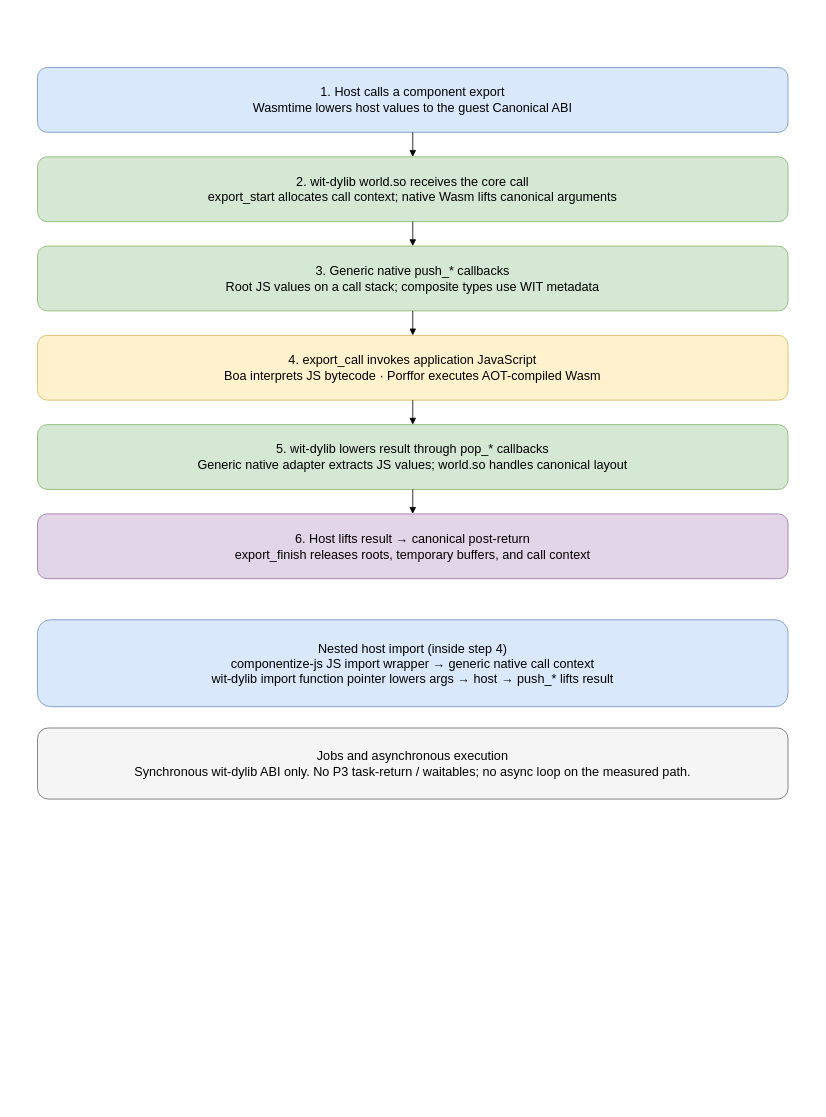
Above: docs/diagrams/c-call-path.drawio in vados-cosmonic/js-guest-bindgen-comparison (draw.io), before the change. Source tidied: cells renumbered, new cells numbered last; positions are measured from the earlier drawing's top-left corner, leaving out a move shared by most shapes. Both pictures are drawn from the tidied source at 79%, with x=0, y=0 at pixel (37, 67).
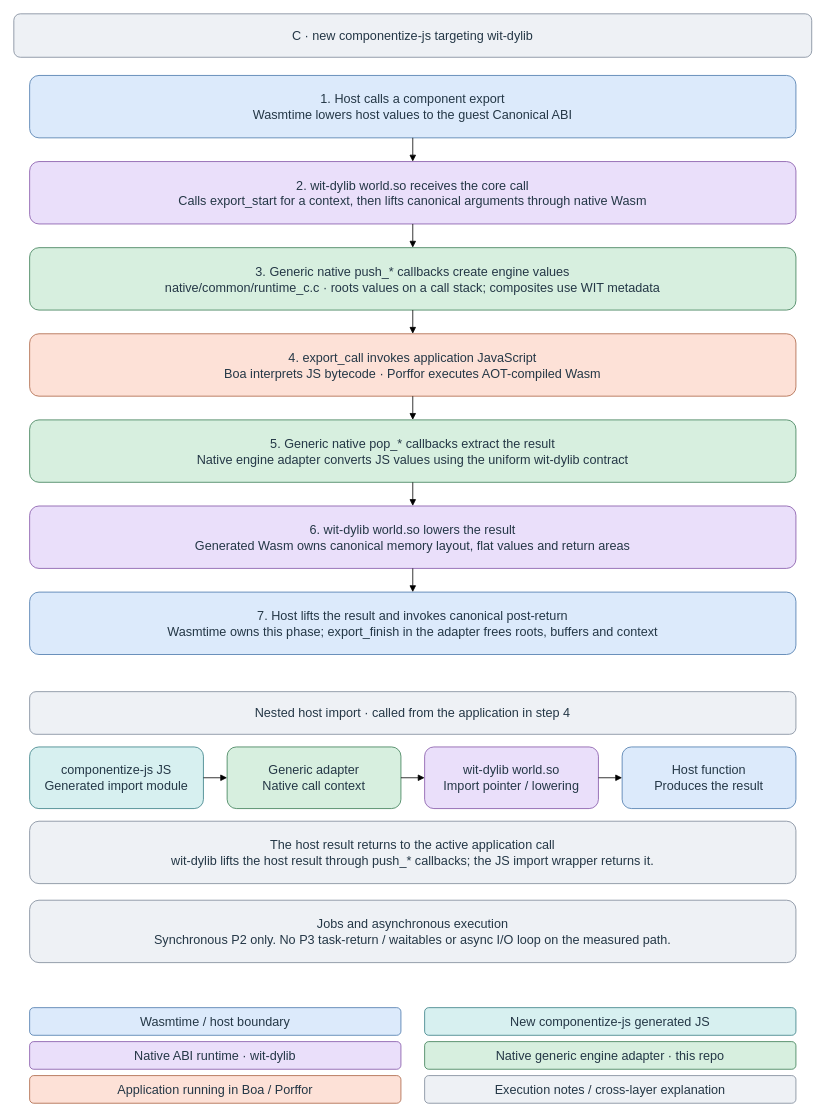
Above is the later version.

Change to the diagram source:
```diff
@@
+    <mxCell id="15" value="C · new componentize-js targeting wit-dylib" style="rounded=1;whiteSpace=wrap;html=1;fillColor=#eef1f5;strokeColor=#7b8797;fontColor=#243746;fontSize=16;" parent="1" vertex="1">
+      <mxGeometry x="-30" y="-68" width="1010" height="55" as="geometry" />
+    </mxCell>
-    <mxCell id="2" value="1. Host calls a component export&lt;br&gt;Wasmtime lowers host values to the guest Canonical ABI" style="rounded=1;whiteSpace=wrap;html=1;fillColor=#dae8fc;strokeColor=#6c8ebf;fontSize=16;" parent="1" vertex="1">
-      <mxGeometry width="950" height="82" as="geometry" />
+    <mxCell id="2" value="1. Host calls a component export&lt;br&gt;Wasmtime lowers host values to the guest Canonical ABI" style="rounded=1;whiteSpace=wrap;html=1;fillColor=#dceafb;strokeColor=#4776aa;fontColor=#243746;fontSize=16;" parent="1" vertex="1">
+      <mxGeometry x="-10" y="10" width="970" height="79" as="geometry" />
     </mxCell>
-    <mxCell id="3" value="2. wit-dylib world.so receives the core call&lt;br&gt;export_start allocates call context; native Wasm lifts canonical arguments" style="rounded=1;whiteSpace=wrap;html=1;fillColor=#d5e8d4;strokeColor=#82b366;fontSize=16;" parent="1" vertex="1">
-      <mxGeometry y="113" width="950" height="82" as="geometry" />
-    </mxCell>
-    <mxCell id="4" style="edgeStyle=orthogonalEdgeStyle;rounded=0;html=1;endArrow=block;" parent="1" edge="1" source="2" target="3">
-      <mxGeometry relative="1" as="geometry" />
-    </mxCell>
-    <mxCell id="5" value="3. Generic native push_* callbacks&lt;br&gt;Root JS values on a call stack; composite types use WIT metadata" style="rounded=1;whiteSpace=wrap;html=1;fillColor=#d5e8d4;strokeColor=#82b366;fontSize=16;" parent="1" vertex="1">
-      <mxGeometry y="226" width="950" height="82" as="geometry" />
-    </mxCell>
-    <mxCell id="6" style="edgeStyle=orthogonalEdgeStyle;rounded=0;html=1;endArrow=block;" parent="1" edge="1" source="3" target="5">
-      <mxGeometry relative="1" as="geometry" />
-    </mxCell>
+    <mxCell id="16" value="2. wit-dylib world.so receives the core call&lt;br&gt;Calls export_start for a context, then lifts canonical arguments through native Wasm" style="rounded=1;whiteSpace=wrap;html=1;fillColor=#eadffa;strokeColor=#8253a7;fontColor=#243746;fontSize=16;" parent="1" vertex="1">
+      <mxGeometry x="-10" y="119" width="970" height="79" as="geometry" />
+    </mxCell>
+    <mxCell id="17" style="edgeStyle=orthogonalEdgeStyle;rounded=0;html=1;endArrow=block;" parent="1" edge="1" source="2" target="16">
+      <mxGeometry relative="1" as="geometry" />
+    </mxCell>
+    <mxCell id="18" value="3. Generic native push_* callbacks create engine values&lt;br&gt;native/common/runtime_c.c · roots values on a call stack; composites use WIT metadata" style="rounded=1;whiteSpace=wrap;html=1;fillColor=#d7efdf;strokeColor=#387b53;fontColor=#243746;fontSize=16;" parent="1" vertex="1">
+      <mxGeometry x="-10" y="228" width="970" height="79" as="geometry" />
+    </mxCell>
+    <mxCell id="19" style="edgeStyle=orthogonalEdgeStyle;rounded=0;html=1;endArrow=block;" parent="1" edge="1" source="16" target="18">
+      <mxGeometry relative="1" as="geometry" />
+    </mxCell>
-    <mxCell id="7" value="4. export_call invokes application JavaScript&lt;br&gt;Boa interprets JS bytecode · Porffor executes AOT-compiled Wasm" style="rounded=1;whiteSpace=wrap;html=1;fillColor=#fff2cc;strokeColor=#d6b656;fontSize=16;" parent="1" vertex="1">
-      <mxGeometry y="339" width="950" height="82" as="geometry" />
+    <mxCell id="7" value="4. export_call invokes application JavaScript&lt;br&gt;Boa interprets JS bytecode · Porffor executes AOT-compiled Wasm" style="rounded=1;whiteSpace=wrap;html=1;fillColor=#fde1d7;strokeColor=#aa6243;fontColor=#243746;fontSize=16;" parent="1" vertex="1">
+      <mxGeometry x="-10" y="337" width="970" height="79" as="geometry" />
     </mxCell>
-    <mxCell id="8" style="edgeStyle=orthogonalEdgeStyle;rounded=0;html=1;endArrow=block;" parent="1" edge="1" source="5" target="7">
-      <mxGeometry relative="1" as="geometry" />
-    </mxCell>
-    <mxCell id="9" value="5. wit-dylib lowers result through pop_* callbacks&lt;br&gt;Generic native adapter extracts JS values; world.so handles canonical layout" style="rounded=1;whiteSpace=wrap;html=1;fillColor=#d5e8d4;strokeColor=#82b366;fontSize=16;" parent="1" vertex="1">
-      <mxGeometry y="452" width="950" height="82" as="geometry" />
-    </mxCell>
-    <mxCell id="10" style="edgeStyle=orthogonalEdgeStyle;rounded=0;html=1;endArrow=block;" parent="1" edge="1" source="7" target="9">
-      <mxGeometry relative="1" as="geometry" />
-    </mxCell>
-    <mxCell id="11" value="6. Host lifts result → canonical post-return&lt;br&gt;export_finish releases roots, temporary buffers, and call context" style="rounded=1;whiteSpace=wrap;html=1;fillColor=#e1d5e7;strokeColor=#9673a6;fontSize=16;" parent="1" vertex="1">
-      <mxGeometry y="565" width="950" height="82" as="geometry" />
-    </mxCell>
-    <mxCell id="12" style="edgeStyle=orthogonalEdgeStyle;rounded=0;html=1;endArrow=block;" parent="1" edge="1" source="9" target="11">
-      <mxGeometry relative="1" as="geometry" />
-    </mxCell>
-    <mxCell id="13" value="Nested host import (inside step 4)&lt;br&gt;componentize-js JS import wrapper → generic native call context&lt;br&gt;wit-dylib import function pointer lowers args → host → push_* lifts result" style="rounded=1;whiteSpace=wrap;html=1;fillColor=#dae8fc;strokeColor=#6c8ebf;fontSize=16;" parent="1" vertex="1">
-      <mxGeometry y="699" width="950" height="110" as="geometry" />
-    </mxCell>
+    <mxCell id="20" style="edgeStyle=orthogonalEdgeStyle;rounded=0;html=1;endArrow=block;" parent="1" edge="1" source="18" target="7">
+      <mxGeometry relative="1" as="geometry" />
+    </mxCell>
+    <mxCell id="21" value="5. Generic native pop_* callbacks extract the result&lt;br&gt;Native engine adapter converts JS values using the uniform wit-dylib contract" style="rounded=1;whiteSpace=wrap;html=1;fillColor=#d7efdf;strokeColor=#387b53;fontColor=#243746;fontSize=16;" parent="1" vertex="1">
+      <mxGeometry x="-10" y="446" width="970" height="79" as="geometry" />
+    </mxCell>
+    <mxCell id="22" style="edgeStyle=orthogonalEdgeStyle;rounded=0;html=1;endArrow=block;" parent="1" edge="1" source="7" target="21">
+      <mxGeometry relative="1" as="geometry" />
+    </mxCell>
+    <mxCell id="23" value="6. wit-dylib world.so lowers the result&lt;br&gt;Generated Wasm owns canonical memory layout, flat values and return areas" style="rounded=1;whiteSpace=wrap;html=1;fillColor=#eadffa;strokeColor=#8253a7;fontColor=#243746;fontSize=16;" parent="1" vertex="1">
+      <mxGeometry x="-10" y="555" width="970" height="79" as="geometry" />
+    </mxCell>
+    <mxCell id="24" style="edgeStyle=orthogonalEdgeStyle;rounded=0;html=1;endArrow=block;" parent="1" edge="1" source="21" target="23">
+      <mxGeometry relative="1" as="geometry" />
+    </mxCell>
+    <mxCell id="25" value="7. Host lifts the result and invokes canonical post-return&lt;br&gt;Wasmtime owns this phase; export_finish in the adapter frees roots, buffers and context" style="rounded=1;whiteSpace=wrap;html=1;fillColor=#dceafb;strokeColor=#4776aa;fontColor=#243746;fontSize=16;" parent="1" vertex="1">
+      <mxGeometry x="-10" y="664" width="970" height="79" as="geometry" />
+    </mxCell>
+    <mxCell id="26" style="edgeStyle=orthogonalEdgeStyle;rounded=0;html=1;endArrow=block;" parent="1" edge="1" source="23" target="25">
+      <mxGeometry relative="1" as="geometry" />
+    </mxCell>
+    <mxCell id="27" value="Nested host import · called from the application in step 4" style="rounded=1;whiteSpace=wrap;html=1;fillColor=#eef1f5;strokeColor=#7b8797;fontColor=#243746;fontSize=16;" parent="1" vertex="1">
+      <mxGeometry x="-10" y="790" width="970" height="54" as="geometry" />
+    </mxCell>
+    <mxCell id="28" value="componentize-js JS&lt;br&gt;Generated import module" style="rounded=1;whiteSpace=wrap;html=1;fillColor=#d7f0f0;strokeColor=#347d83;fontColor=#243746;fontSize=16;" parent="1" vertex="1">
+      <mxGeometry x="-10" y="860" width="220" height="78" as="geometry" />
+    </mxCell>
+    <mxCell id="29" value="Generic adapter&lt;br&gt;Native call context" style="rounded=1;whiteSpace=wrap;html=1;fillColor=#d7efdf;strokeColor=#387b53;fontColor=#243746;fontSize=16;" parent="1" vertex="1">
+      <mxGeometry x="240" y="860" width="220" height="78" as="geometry" />
+    </mxCell>
+    <mxCell id="30" style="edgeStyle=orthogonalEdgeStyle;rounded=0;html=1;endArrow=block;" parent="1" edge="1" source="28" target="29">
+      <mxGeometry relative="1" as="geometry" />
+    </mxCell>
+    <mxCell id="31" value="wit-dylib world.so&lt;br&gt;Import pointer / lowering" style="rounded=1;whiteSpace=wrap;html=1;fillColor=#eadffa;strokeColor=#8253a7;fontColor=#243746;fontSize=16;" parent="1" vertex="1">
+      <mxGeometry x="490" y="860" width="220" height="78" as="geometry" />
+    </mxCell>
+    <mxCell id="32" style="edgeStyle=orthogonalEdgeStyle;rounded=0;html=1;endArrow=block;" parent="1" edge="1" source="29" target="31">
+      <mxGeometry relative="1" as="geometry" />
+    </mxCell>
+    <mxCell id="33" value="Host function&lt;br&gt;Produces the result" style="rounded=1;whiteSpace=wrap;html=1;fillColor=#dceafb;strokeColor=#4776aa;fontColor=#243746;fontSize=16;" parent="1" vertex="1">
+      <mxGeometry x="740" y="860" width="220" height="78" as="geometry" />
+    </mxCell>
+    <mxCell id="34" style="edgeStyle=orthogonalEdgeStyle;rounded=0;html=1;endArrow=block;" parent="1" edge="1" source="31" target="33">
+      <mxGeometry relative="1" as="geometry" />
+    </mxCell>
+    <mxCell id="35" value="The host result returns to the active application call&lt;br&gt;wit-dylib lifts the host result through push_* callbacks; the JS import wrapper returns it." style="rounded=1;whiteSpace=wrap;html=1;fillColor=#eef1f5;strokeColor=#7b8797;fontColor=#243746;fontSize=16;" parent="1" vertex="1">
+      <mxGeometry x="-10" y="954" width="970" height="79" as="geometry" />
+    </mxCell>
-    <mxCell id="14" value="Jobs and asynchronous execution&lt;br&gt;Synchronous wit-dylib ABI only. No P3 task-return / waitables; no async loop on the measured path." style="rounded=1;whiteSpace=wrap;html=1;fillColor=#f5f5f5;strokeColor=#666666;fontSize=16;" parent="1" vertex="1">
-      <mxGeometry y="836" width="950" height="90" as="geometry" />
+    <mxCell id="14" value="Jobs and asynchronous execution&lt;br&gt;Synchronous P2 only. No P3 task-return / waitables or async I/O loop on the measured path." style="rounded=1;whiteSpace=wrap;html=1;fillColor=#eef1f5;strokeColor=#7b8797;fontColor=#243746;fontSize=16;" parent="1" vertex="1">
+      <mxGeometry x="-10" y="1054" width="970" height="79" as="geometry" />
     </mxCell>
+    <mxCell id="36" value="Wasmtime / host boundary" style="rounded=1;whiteSpace=wrap;html=1;fillColor=#dceafb;strokeColor=#4776aa;fontColor=#243746;fontSize=16;" parent="1" vertex="1">
+      <mxGeometry x="-10" y="1190" width="470" height="35" as="geometry" />
+    </mxCell>
+    <mxCell id="37" value="New componentize-js generated JS" style="rounded=1;whiteSpace=wrap;html=1;fillColor=#d7f0f0;strokeColor=#347d83;fontColor=#243746;fontSize=16;" parent="1" vertex="1">
+      <mxGeometry x="490" y="1190" width="470" height="35" as="geometry" />
+    </mxCell>
+    <mxCell id="38" value="Native ABI runtime · wit-dylib" style="rounded=1;whiteSpace=wrap;html=1;fillColor=#eadffa;strokeColor=#8253a7;fontColor=#243746;fontSize=16;" parent="1" vertex="1">
+      <mxGeometry x="-10" y="1233" width="470" height="35" as="geometry" />
+    </mxCell>
+    <mxCell id="39" value="Native generic engine adapter · this repo" style="rounded=1;whiteSpace=wrap;html=1;fillColor=#d7efdf;strokeColor=#387b53;fontColor=#243746;fontSize=16;" parent="1" vertex="1">
+      <mxGeometry x="490" y="1233" width="470" height="35" as="geometry" />
+    </mxCell>
+    <mxCell id="40" value="Application running in Boa / Porffor" style="rounded=1;whiteSpace=wrap;html=1;fillColor=#fde1d7;strokeColor=#aa6243;fontColor=#243746;fontSize=16;" parent="1" vertex="1">
+      <mxGeometry x="-10" y="1276" width="470" height="35" as="geometry" />
+    </mxCell>
+    <mxCell id="41" value="Execution notes / cross-layer explanation" style="rounded=1;whiteSpace=wrap;html=1;fillColor=#eef1f5;strokeColor=#7b8797;fontColor=#243746;fontSize=16;" parent="1" vertex="1">
+      <mxGeometry x="490" y="1276" width="470" height="35" as="geometry" />
+    </mxCell>
```
